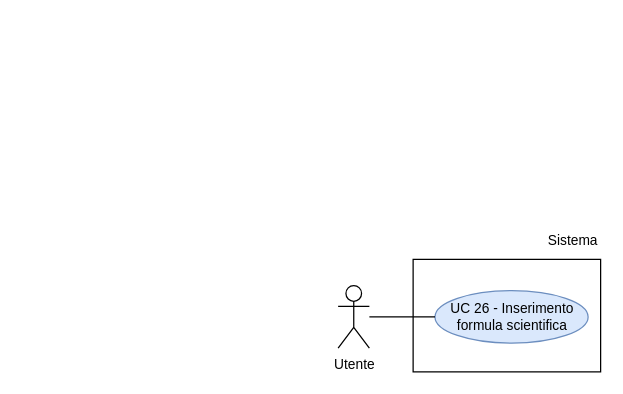
thebitless-group-swe/thebitless.github.io keeps this draw.io diagram as RTB/doc_esterna/analisi-dei-requisiti/assets/draw.io/UC26.drawio. Above is the earlier version. Source tidied: cells renumbered, new cells numbered last; positions are measured from the earlier drawing's top-left corner, leaving out a move shared by most shapes. Both pictures are drawn from the tidied source at 125%, with x=0, y=0 at pixel (338, 221).
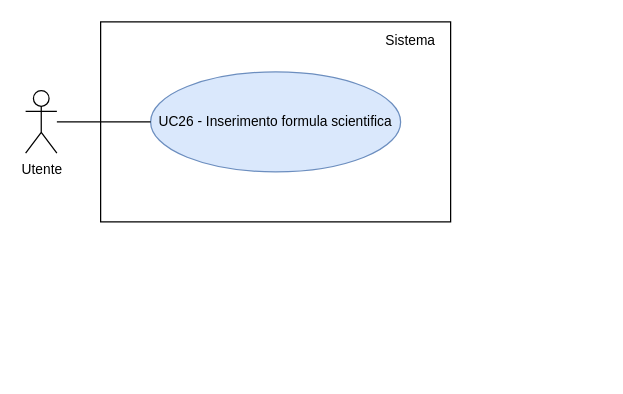
Above is the later version.

Diff of the diagram source:
```diff
@@
 <mxGraphModel>
   <root>
     <mxCell id="0" />
     <mxCell id="1" parent="0" />
     <mxCell id="2" value="Utente" style="shape=umlActor;verticalLabelPosition=bottom;verticalAlign=top;html=1;outlineConnect=0;fontSize=11;" parent="1" vertex="1">
-      <mxGeometry y="51" width="25" height="50" as="geometry" />
+      <mxGeometry x="-250" y="-105" width="25" height="50" as="geometry" />
     </mxCell>
-    <mxCell id="3" style="rounded=0;whiteSpace=wrap;html=1;strokeWidth=1;" parent="1" vertex="1">
-      <mxGeometry x="60" y="30" width="150" height="90" as="geometry" />
-    </mxCell>
+    <mxCell id="8" style="rounded=0;whiteSpace=wrap;html=1;strokeWidth=1;" parent="1" vertex="1">
+      <mxGeometry x="-190" y="-160" width="280" height="160" as="geometry" />
+    </mxCell>
     <mxCell id="4" value="Sistema" style="text;html=1;whiteSpace=wrap;strokeColor=none;fillColor=none;align=right;verticalAlign=middle;fontSize=11;" parent="1" vertex="1">
-      <mxGeometry x="150" width="60" height="30" as="geometry" />
+      <mxGeometry x="10" y="-155" width="70" height="20" as="geometry" />
     </mxCell>
-    <mxCell id="5" value="UC 26 - Inserimento formula scientifica" style="ellipse;whiteSpace=wrap;html=1;fillColor=#dae8fc;strokeColor=#6c8ebf;fontSize=11;convertToSvg=1;svgWhiteSpace=wrap;labelBorderColor=none;labelBackgroundColor=none;spacingBottom=0;" parent="1" vertex="1">
-      <mxGeometry x="77.5" y="55" width="122.5" height="42" as="geometry" />
-    </mxCell>
-    <mxCell id="6" style="edgeStyle=none;rounded=0;jettySize=auto;html=1;endArrow=none;endFill=0;" parent="1" edge="1" source="2" target="5">
-      <mxGeometry relative="1" as="geometry" />
-    </mxCell>
-    <mxCell id="7" style="edgeStyle=orthogonalEdgeStyle;rounded=0;orthogonalLoop=1;jettySize=auto;html=1;exitX=0.5;exitY=1;exitDx=0;exitDy=0;" parent="1" edge="1" source="4" target="4">
-      <mxGeometry relative="1" as="geometry" />
-    </mxCell>
+    <mxCell id="9" value="UC26 - Inserimento formula scientifica" style="ellipse;whiteSpace=wrap;html=1;fillColor=#dae8fc;strokeColor=#6c8ebf;fontSize=11;" parent="1" vertex="1">
+      <mxGeometry x="-150" y="-120" width="200" height="80" as="geometry" />
+    </mxCell>
+    <mxCell id="10" style="edgeStyle=none;rounded=0;jettySize=auto;html=1;endArrow=none;endFill=0;" parent="1" edge="1" source="2" target="9">
+      <mxGeometry relative="1" as="geometry" />
+    </mxCell>
   </root>
 </mxGraphModel>
```
